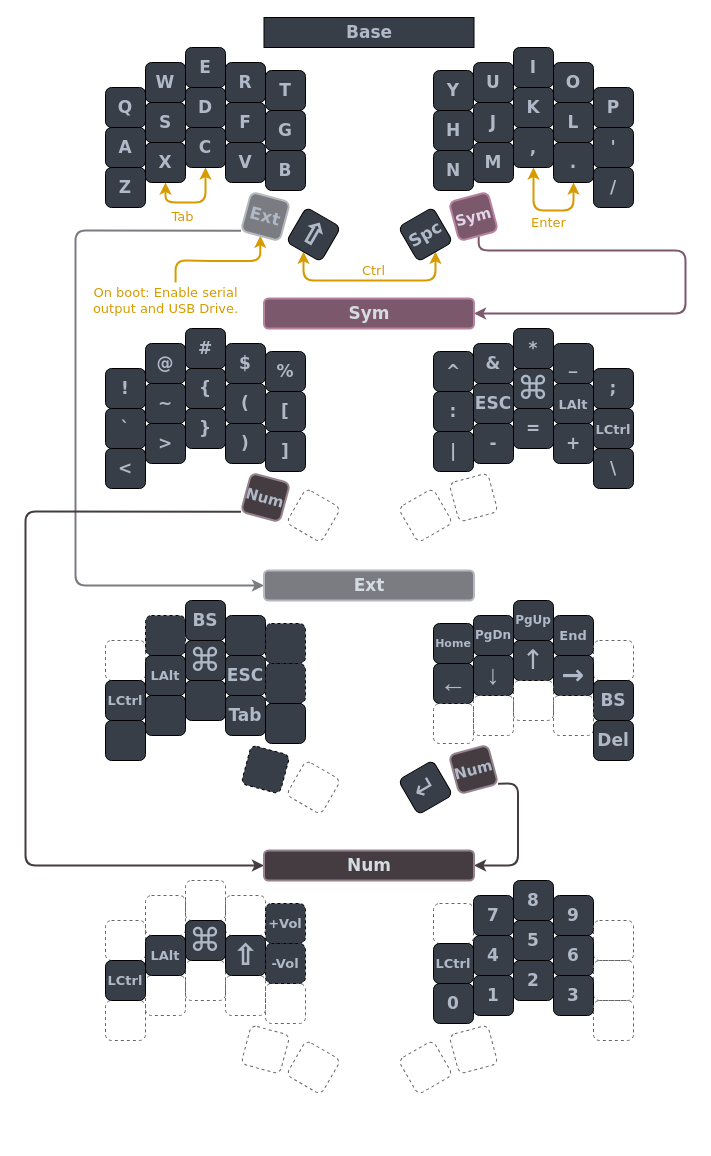
Above: assets/layout.drawio in nirosys/sweep-kmk (draw.io), before the change. Source tidied: cells renumbered, new cells numbered last; positions are measured from the earlier drawing's top-left corner, leaving out a move shared by most shapes. Both pictures are drawn from the tidied source at 100%, with x=0, y=0 at pixel (25, 17).
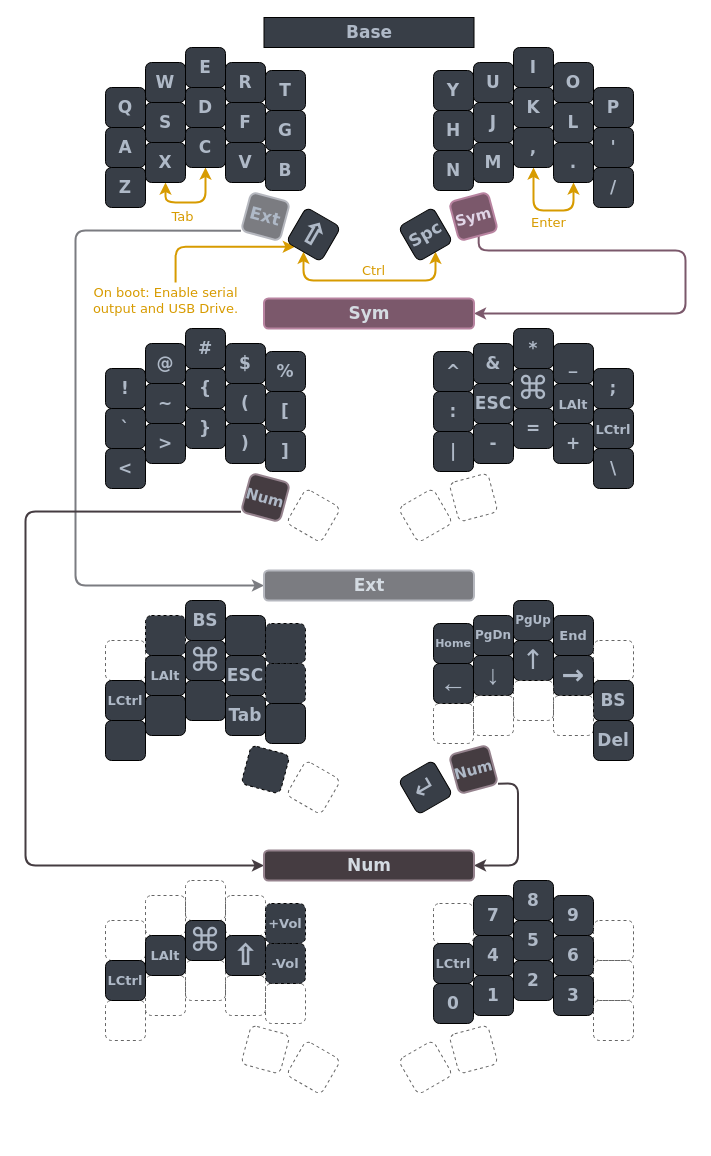
The same page after the edit.

Commit message (it also covers changes not shown here):
Update debug key for boot in layout diagram; reformat some comments

The change refers to these unchanged cells:
```xml
<mxCell id="21" value="Ext" style="whiteSpace=wrap;html=1;rotation=15;fontSize=17;fontFamily=Verdana;fontStyle=1;fillColor=#7B7C81;strokeColor=#B6B8BF;rounded=1;strokeWidth=2;fontColor=#AFB9C7;" parent="1" vertex="1">
  <mxGeometry x="220" y="179" width="40" height="40" as="geometry" />
</mxCell>
<mxCell id="24" value="&lt;span style=&quot;font-family: &amp;quot;segoe ui emoji&amp;quot;, &amp;quot;apple color emoji&amp;quot;, &amp;quot;noto color emoji&amp;quot;; font-size: 30px;&quot;&gt;&lt;font style=&quot;font-size: 30px;&quot;&gt;⇧&lt;/font&gt;&lt;/span&gt;" style="whiteSpace=wrap;html=1;rotation=30;fontSize=30;fontFamily=Verdana;fontStyle=1;fontColor=#AFB9C7;fillColor=#383E47;rounded=1;" parent="1" vertex="1">
  <mxGeometry x="268" y="197" width="40" height="40" as="geometry" />
</mxCell>
<mxCell id="154" value="On boot: Enable serial&lt;br&gt;output and USB Drive." style="text;html=1;align=center;verticalAlign=middle;points=[];strokeColor=none;fillColor=none;fontSize=13;fontFamily=Verdana;fontColor=#D79B00;rounded=0;" parent="1" vertex="1">
  <mxGeometry x="60" y="263" width="160" height="40" as="geometry" />
</mxCell>
```

Diff of the diagram source:
```diff
@@
-    <mxCell id="20" style="edgeStyle=orthogonalEdgeStyle;sketch=0;jettySize=auto;html=1;exitX=0.5;exitY=1;exitDx=0;exitDy=0;entryX=0.563;entryY=0.05;entryDx=0;entryDy=0;entryPerimeter=0;fontFamily=Verdana;fontSize=13;fontColor=#D79B00;startArrow=classic;startFill=1;strokeColor=#D79B00;strokeWidth=2;rounded=1;endArrow=none;endFill=0;" parent="1" edge="1" source="21" target="154">
+    <mxCell id="20" style="edgeStyle=orthogonalEdgeStyle;sketch=0;jettySize=auto;html=1;exitX=0.25;exitY=1;exitDx=0;exitDy=0;entryX=0.563;entryY=0.05;entryDx=0;entryDy=0;entryPerimeter=0;fontFamily=Verdana;fontSize=13;fontColor=#D79B00;startArrow=classic;startFill=1;strokeColor=#D79B00;strokeWidth=2;rounded=1;endArrow=none;endFill=0;" parent="1" edge="1" source="24" target="154">
       <mxGeometry relative="1" as="geometry" />
     </mxCell>
```
